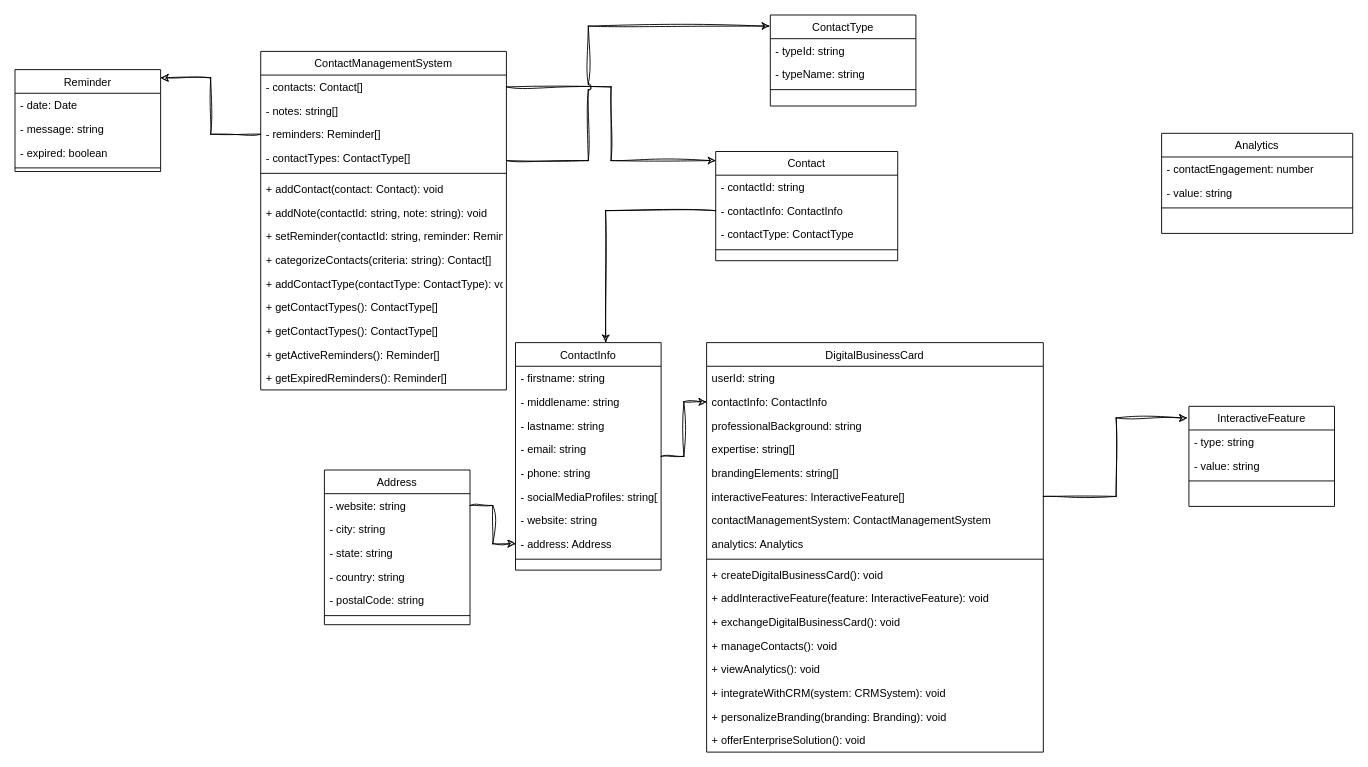
Earlier version of the draw.io diagram class diagram.drawio (Maraki-DBO/maraki). Source tidied: cells renumbered, new cells numbered last; positions are measured from the earlier drawing's top-left corner, leaving out a move shared by most shapes. Both pictures are drawn from the tidied source at 91%, with x=0, y=0 at pixel (15, 15).
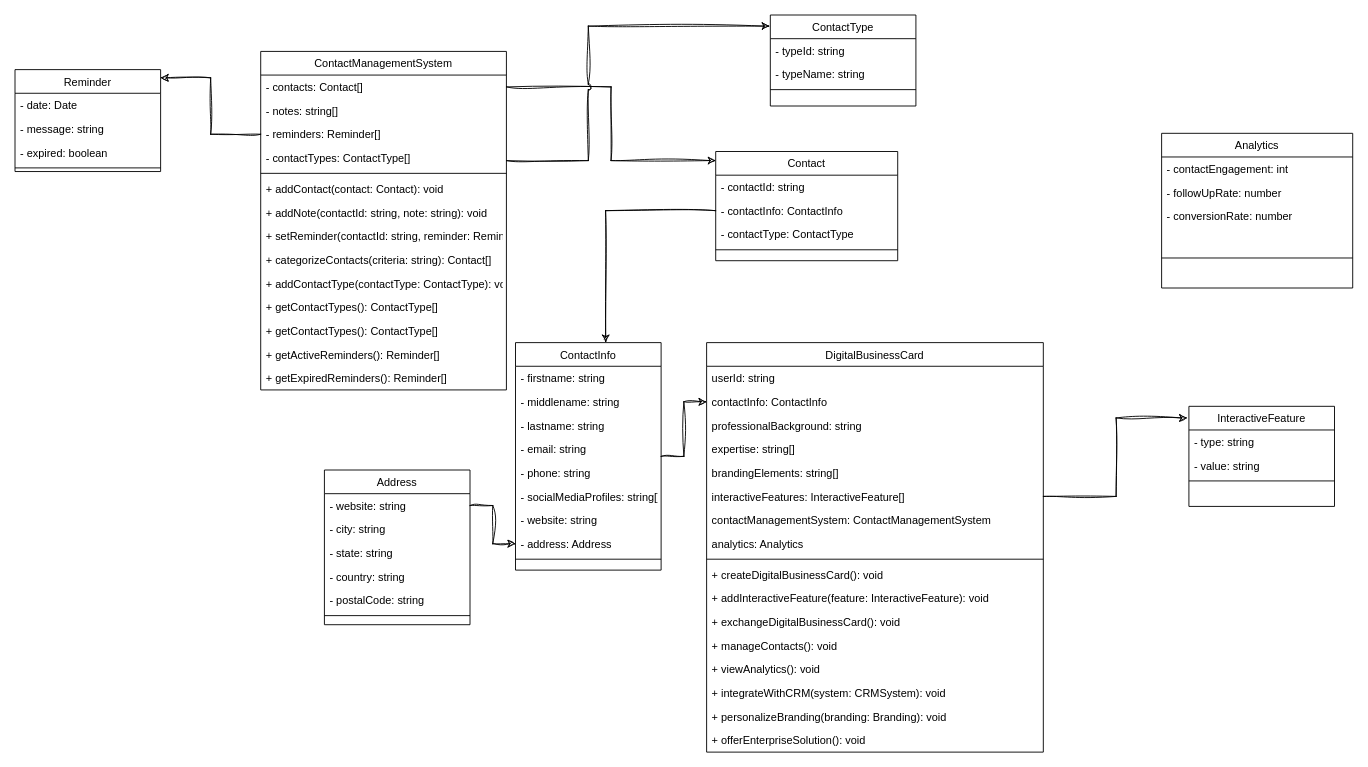
The same page after the edit.

The edit, as a diff of the source:
```diff
@@
     <mxCell id="77" value="Analytics" style="swimlane;fontStyle=0;align=center;verticalAlign=top;horizontal=1;startSize=26;rounded=0;shadow=0;strokeWidth=1;" parent="1" vertex="1">
-      <mxGeometry x="1260" y="130" width="210" height="110" as="geometry" />
+      <mxGeometry x="1260" y="130" width="210" height="170" as="geometry" />
     </mxCell>
-    <mxCell id="78" value="- contactEngagement: number" style="text;align=left;verticalAlign=top;spacingLeft=4;spacingRight=4;overflow=hidden;" parent="77" vertex="1">
+    <mxCell id="78" value="- contactEngagement: int" style="text;align=left;verticalAlign=top;spacingLeft=4;spacingRight=4;overflow=hidden;" parent="77" vertex="1">
       <mxGeometry y="26" width="210" height="26" as="geometry" />
     </mxCell>
-    <mxCell id="79" value="- value: string" style="text;align=left;verticalAlign=top;spacingLeft=4;spacingRight=4;overflow=hidden;" parent="77" vertex="1">
+    <mxCell id="79" value="- followUpRate: number" style="text;align=left;verticalAlign=top;spacingLeft=4;spacingRight=4;overflow=hidden;" parent="77" vertex="1">
       <mxGeometry y="52" width="210" height="26" as="geometry" />
     </mxCell>
+    <mxCell id="81" value="- conversionRate: number" style="text;align=left;verticalAlign=top;spacingLeft=4;spacingRight=4;overflow=hidden;" parent="77" vertex="1">
+      <mxGeometry y="78" width="210" height="26" as="geometry" />
+    </mxCell>
     <mxCell id="80" style="line;html=1;strokeWidth=1;align=left;verticalAlign=middle;spacingTop=-1;spacingLeft=3;spacingRight=3;labelPosition=right;" parent="77" vertex="1">
-      <mxGeometry y="78" width="210" height="8" as="geometry" />
+      <mxGeometry y="104" width="210" height="66" as="geometry" />
     </mxCell>
```
